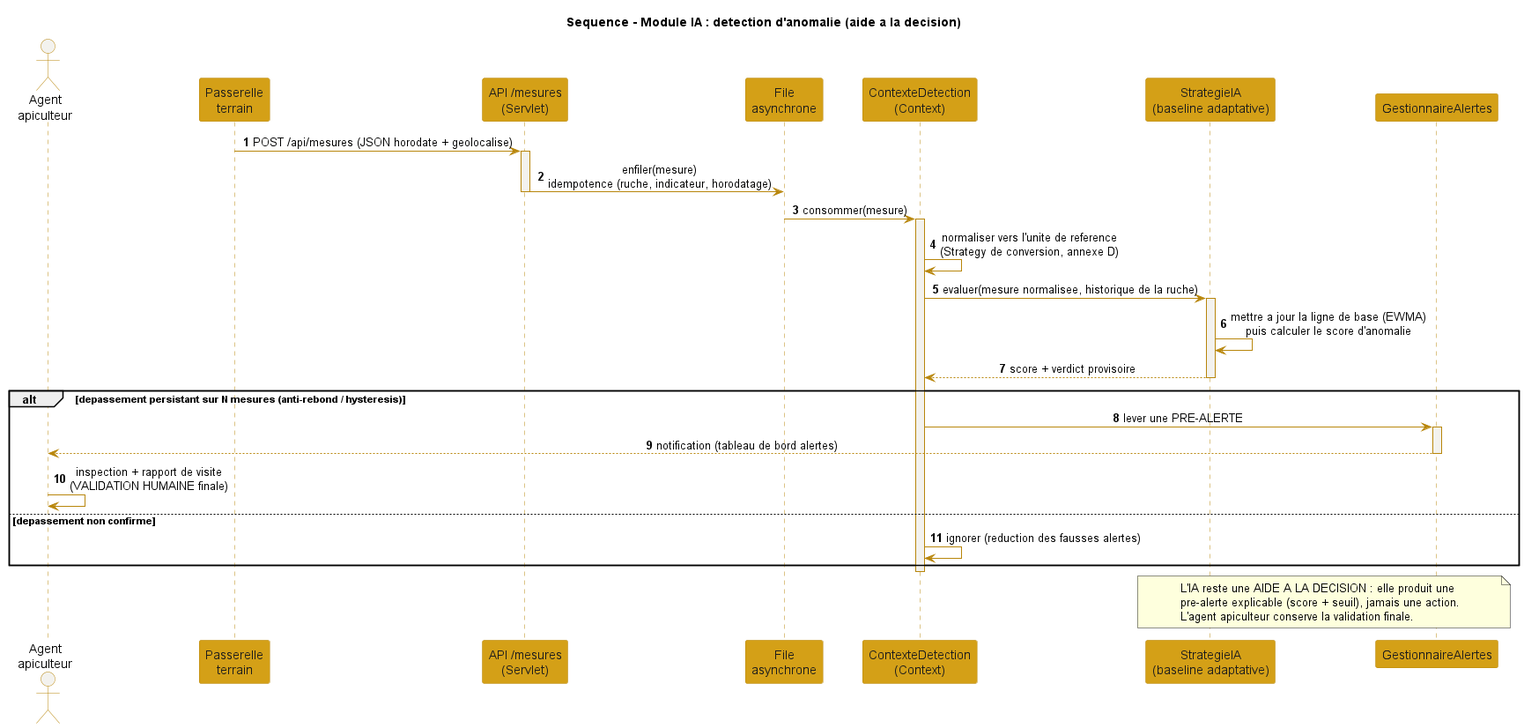
The PlantUML diagram cahier de charge/fr/annexes/F-intelligence-artificielle/images/diagramme_sequence_ia_detection.png in iyednefzi99/Z-mm, before a commit.
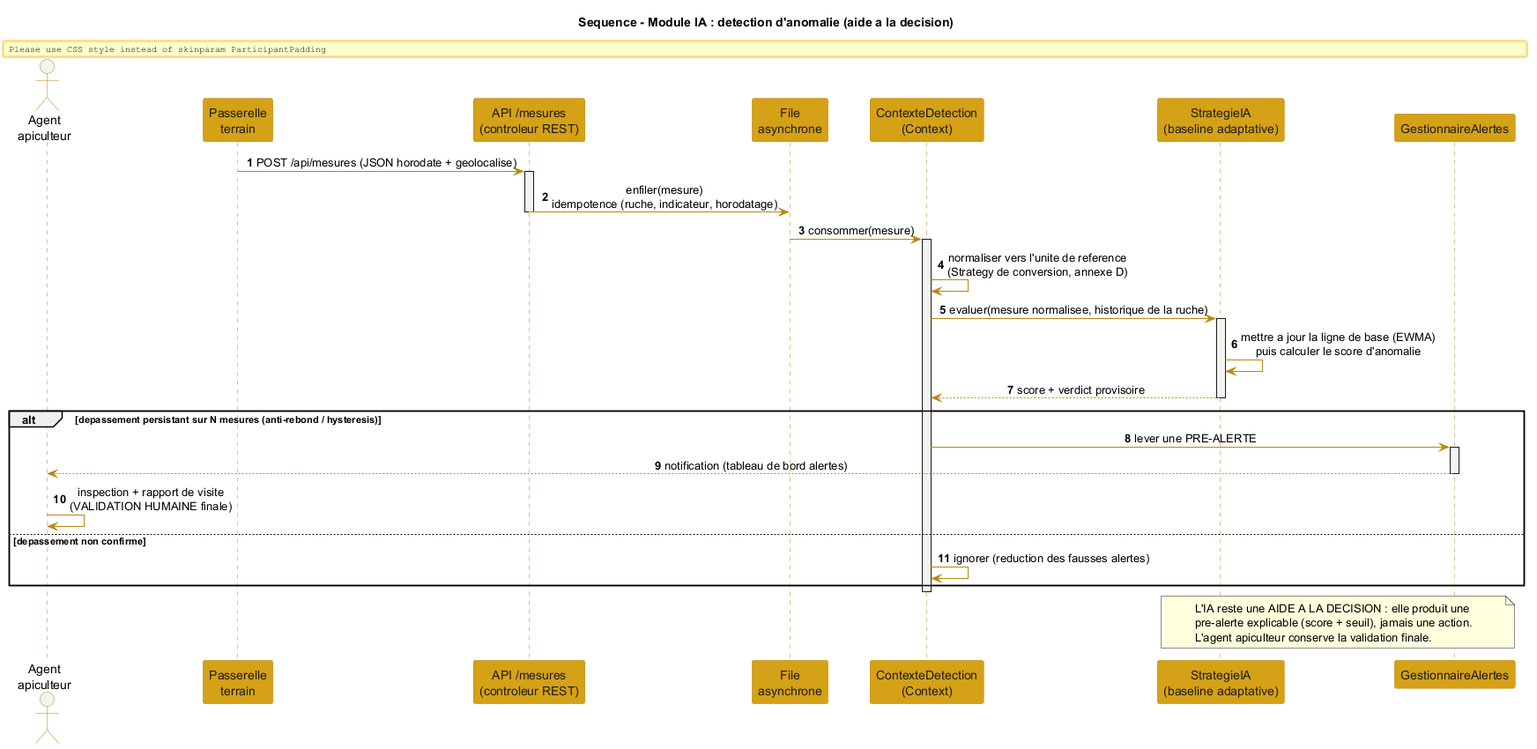
The same file after the commit.

Diff of the diagram source:
```diff
@@ -17,7 +17,7 @@
 
 actor "Agent\napiculteur" as Agent
 participant "Passerelle\nterrain" as Passerelle
-participant "API /mesures\n(Servlet)" as API
+participant "API /mesures\n(controleur REST)" as API
 participant "File\nasynchrone" as File
 participant "ContexteDetection\n(Context)" as Contexte
 participant "StrategieIA\n(baseline adaptative)" as IA
```
